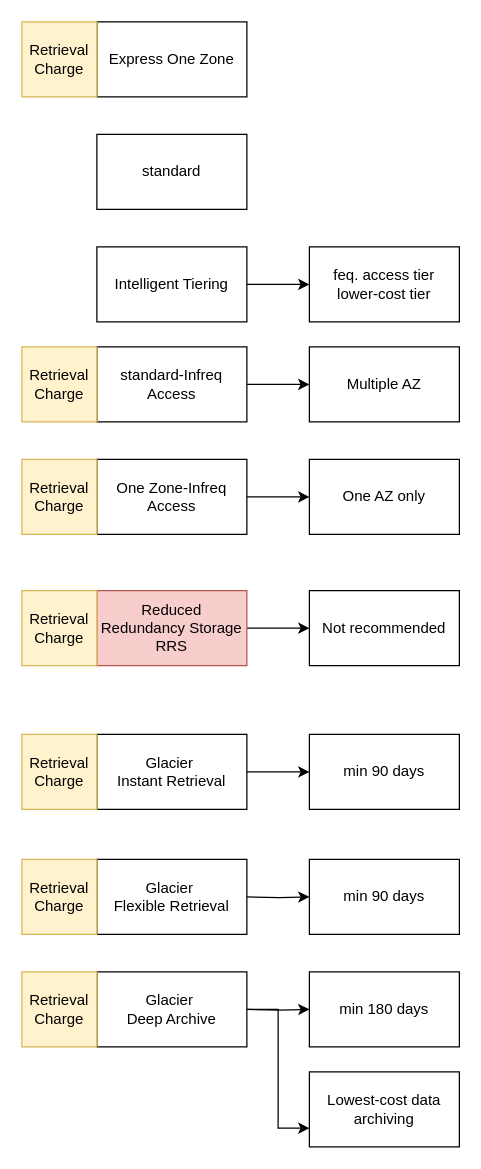
Earlier version of the draw.io diagram drawio/aws/s3.drawio (cmkam/architecture). Source tidied: cells renumbered, new cells numbered last; positions are measured from the earlier drawing's top-left corner, leaving out a move shared by most shapes. Both pictures are drawn from the tidied source at 125%, with x=0, y=0 at pixel (21, 21).
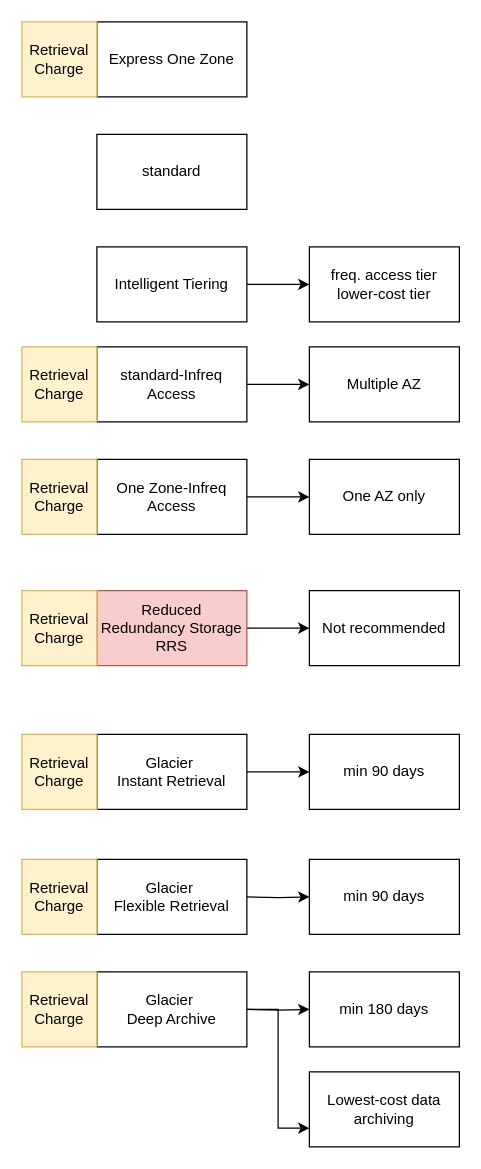
Above is the later version.

What changed in the source:
```diff
@@
-    <mxCell id="11" value="feq. access tier&lt;div&gt;lower-cost tier&lt;/div&gt;" style="rounded=0;whiteSpace=wrap;html=1;" parent="1" vertex="1">
+    <mxCell id="11" value="freq. access tier&lt;div&gt;lower-cost tier&lt;/div&gt;" style="rounded=0;whiteSpace=wrap;html=1;" parent="1" vertex="1">
       <mxGeometry x="230" y="180" width="120" height="60" as="geometry" />
     </mxCell>
```
